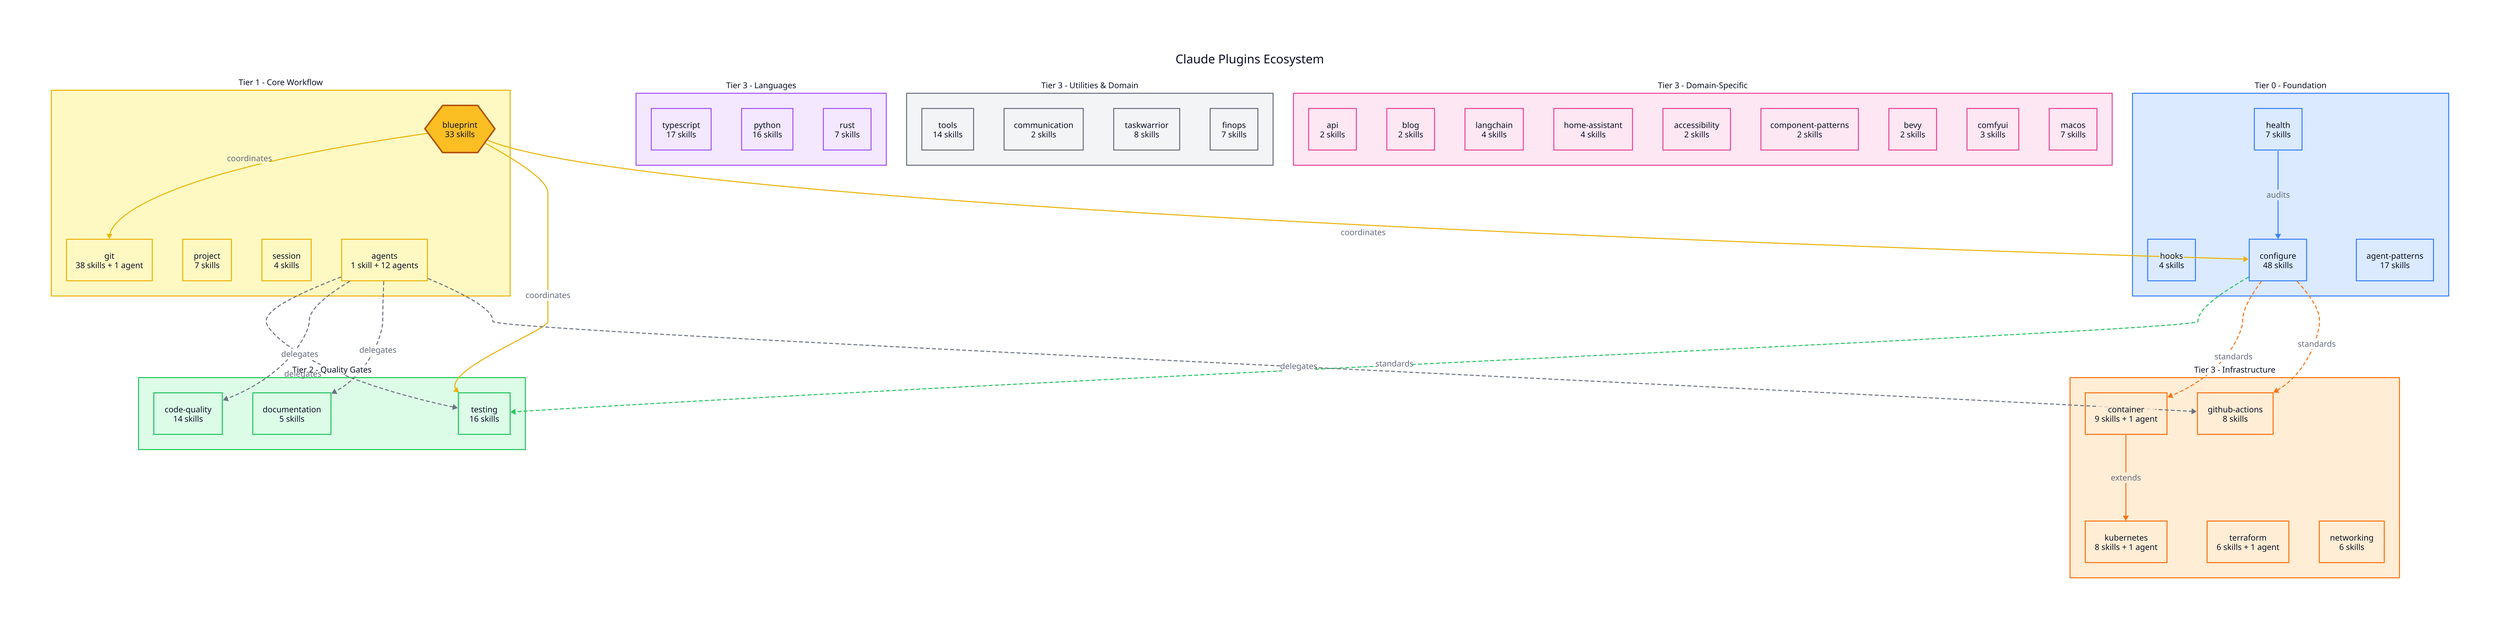
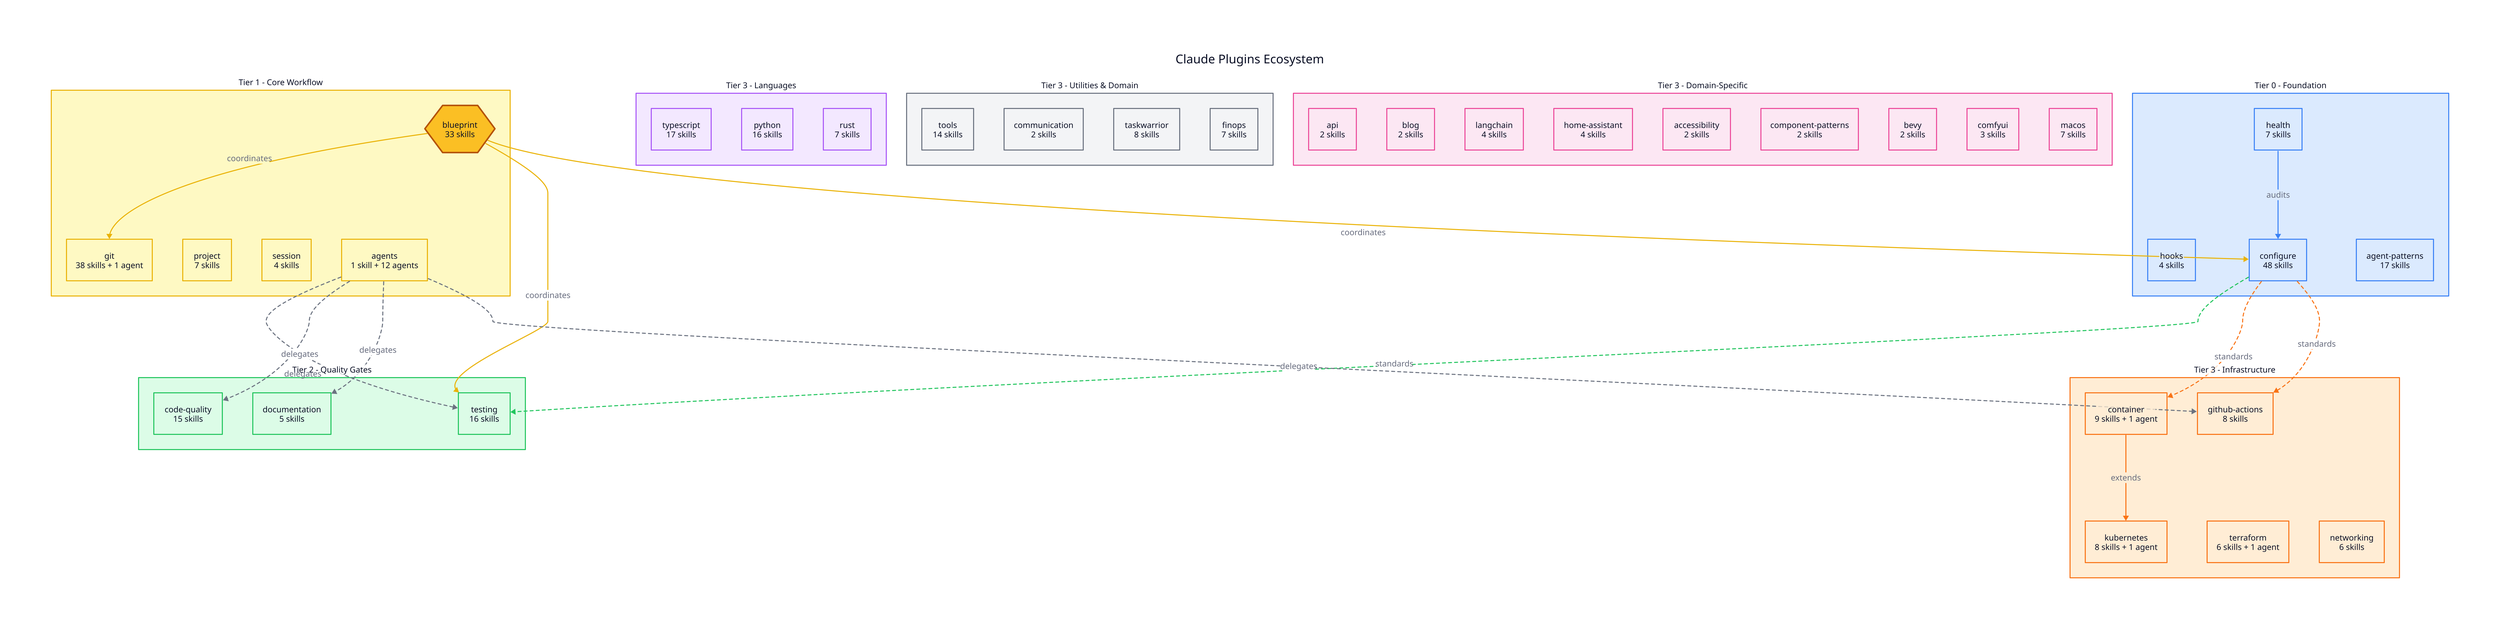
direction: down

title: "Claude Plugins Ecosystem" {
  near: top-center
  shape: text
  style: {
    font-size: 24
    bold: true
  }
}

# === CLASSES ===
classes: {
  foundation: {
    style.fill: "#dbeafe"
    style.stroke: "#3b82f6"
  }
  core: {
    style.fill: "#fef9c3"
    style.stroke: "#eab308"
  }
  quality: {
    style.fill: "#dcfce7"
    style.stroke: "#22c55e"
  }
  language: {
    style.fill: "#f3e8ff"
    style.stroke: "#a855f7"
  }
  infra: {
    style.fill: "#ffedd5"
    style.stroke: "#f97316"
  }
  utility: {
    style.fill: "#f3f4f6"
    style.stroke: "#6b7280"
  }
  domain: {
    style.fill: "#fce7f3"
    style.stroke: "#ec4899"
  }
}

# === TIER 0: FOUNDATION ===
foundation: {
  label: "Tier 0 - Foundation"
  class: foundation
  style.font-size: 16
  style.bold: true

  health: {
    label: "health\n7 skills"
    shape: rectangle
    class: foundation
  }
  hooks: {
    label: "hooks\n4 skills"
    shape: rectangle
    class: foundation
  }
  configure: {
    label: "configure\n48 skills"
    shape: rectangle
    class: foundation
  }
  agent-patterns: {
    label: "agent-patterns\n17 skills"
    shape: rectangle
    class: foundation
  }
}

# === TIER 1: CORE WORKFLOW ===
core: {
  label: "Tier 1 - Core Workflow"
  class: core
  style.font-size: 16
  style.bold: true

  blueprint: {
    label: "blueprint\n33 skills"
    shape: hexagon
    style.fill: "#fbbf24"
    style.stroke: "#b45309"
    style.stroke-width: 3
  }
  git: {
    label: "git\n38 skills + 1 agent"
    shape: rectangle
    class: core
  }
  project: {
    label: "project\n7 skills"
    shape: rectangle
    class: core
  }
  session: {
    label: "session\n4 skills"
    shape: rectangle
    class: core
  }
  agents: {
    label: "agents\n1 skill + 12 agents"
    shape: rectangle
    class: core
  }
}

# === TIER 2: QUALITY GATES ===
quality: {
  label: "Tier 2 - Quality Gates"
  class: quality
  style.font-size: 16
  style.bold: true

  testing: {
    label: "testing\n16 skills"
    shape: rectangle
    class: quality
  }
  code-quality: {
-     label: "code-quality\n14 skills"
+     label: "code-quality\n15 skills"
    shape: rectangle
    class: quality
  }
  documentation: {
    label: "documentation\n5 skills"
    shape: rectangle
    class: quality
  }
}

# === TIER 3: LANGUAGE ===
language: {
  label: "Tier 3 - Languages"
  class: language
  style.font-size: 16
  style.bold: true

  typescript: {
    label: "typescript\n17 skills"
    shape: rectangle
    class: language
  }
  python: {
    label: "python\n16 skills"
    shape: rectangle
    class: language
  }
  rust: {
    label: "rust\n7 skills"
    shape: rectangle
    class: language
  }
}

# === TIER 3: INFRASTRUCTURE ===
infra: {
  label: "Tier 3 - Infrastructure"
  class: infra
  style.font-size: 16
  style.bold: true

  container: {
    label: "container\n9 skills + 1 agent"
    shape: rectangle
    class: infra
  }
  kubernetes: {
    label: "kubernetes\n8 skills + 1 agent"
    shape: rectangle
    class: infra
  }
  terraform: {
    label: "terraform\n6 skills + 1 agent"
    shape: rectangle
    class: infra
  }
  github-actions: {
    label: "github-actions\n8 skills"
    shape: rectangle
    class: infra
  }
  networking: {
    label: "networking\n6 skills"
    shape: rectangle
    class: infra
  }
}

# === TIER 3: UTILITIES & DOMAIN ===
utilities: {
  label: "Tier 3 - Utilities & Domain"
  class: utility
  style.font-size: 16
  style.bold: true

  tools: {
    label: "tools\n14 skills"
    shape: rectangle
    class: utility
  }
  communication: {
    label: "communication\n2 skills"
    shape: rectangle
    class: utility
  }
  taskwarrior: {
    label: "taskwarrior\n8 skills"
    shape: rectangle
    class: utility
  }
  finops: {
    label: "finops\n7 skills"
    shape: rectangle
    class: utility
  }
}

domain: {
  label: "Tier 3 - Domain-Specific"
  class: domain
  style.font-size: 16
  style.bold: true

  api: {
    label: "api\n2 skills"
    shape: rectangle
    class: domain
  }
  blog: {
    label: "blog\n2 skills"
    shape: rectangle
    class: domain
  }
  langchain: {
    label: "langchain\n4 skills"
    shape: rectangle
    class: domain
  }
  home-assistant: {
    label: "home-assistant\n4 skills"
    shape: rectangle
    class: domain
  }
  accessibility: {
    label: "accessibility\n2 skills"
    shape: rectangle
    class: domain
  }
  component-patterns: {
    label: "component-patterns\n2 skills"
    shape: rectangle
    class: domain
  }
  bevy: {
    label: "bevy\n2 skills"
    shape: rectangle
    class: domain
  }
  comfyui: {
    label: "comfyui\n3 skills"
    shape: rectangle
    class: domain
  }
  macos: {
    label: "macos\n7 skills"
    shape: rectangle
    class: domain
  }
}

# === RELATIONSHIPS ===

# Foundation flows
foundation.health -> foundation.configure: "audits" {
  style.stroke: "#3b82f6"
}

# Configure provides standards for
foundation.configure -> quality.testing: "standards" {
  style.stroke: "#22c55e"
  style.stroke-dash: 3
}
foundation.configure -> infra.container: "standards" {
  style.stroke: "#f97316"
  style.stroke-dash: 3
}
foundation.configure -> infra.github-actions: "standards" {
  style.stroke: "#f97316"
  style.stroke-dash: 3
}

# Blueprint coordinates
core.blueprint -> core.git: "coordinates" {
  style.stroke: "#eab308"
}
core.blueprint -> quality.testing: "coordinates" {
  style.stroke: "#eab308"
}
core.blueprint -> foundation.configure: "coordinates" {
  style.stroke: "#eab308"
}

# Agents delegate to
core.agents -> quality.testing: "delegates" {
  style.stroke: "#6b7280"
  style.stroke-dash: 3
}
core.agents -> quality.code-quality: "delegates" {
  style.stroke: "#6b7280"
  style.stroke-dash: 3
}
core.agents -> quality.documentation: "delegates" {
  style.stroke: "#6b7280"
  style.stroke-dash: 3
}
core.agents -> infra.github-actions: "delegates" {
  style.stroke: "#6b7280"
  style.stroke-dash: 3
}

# Infrastructure extends
infra.container -> infra.kubernetes: "extends" {
  style.stroke: "#f97316"
}
